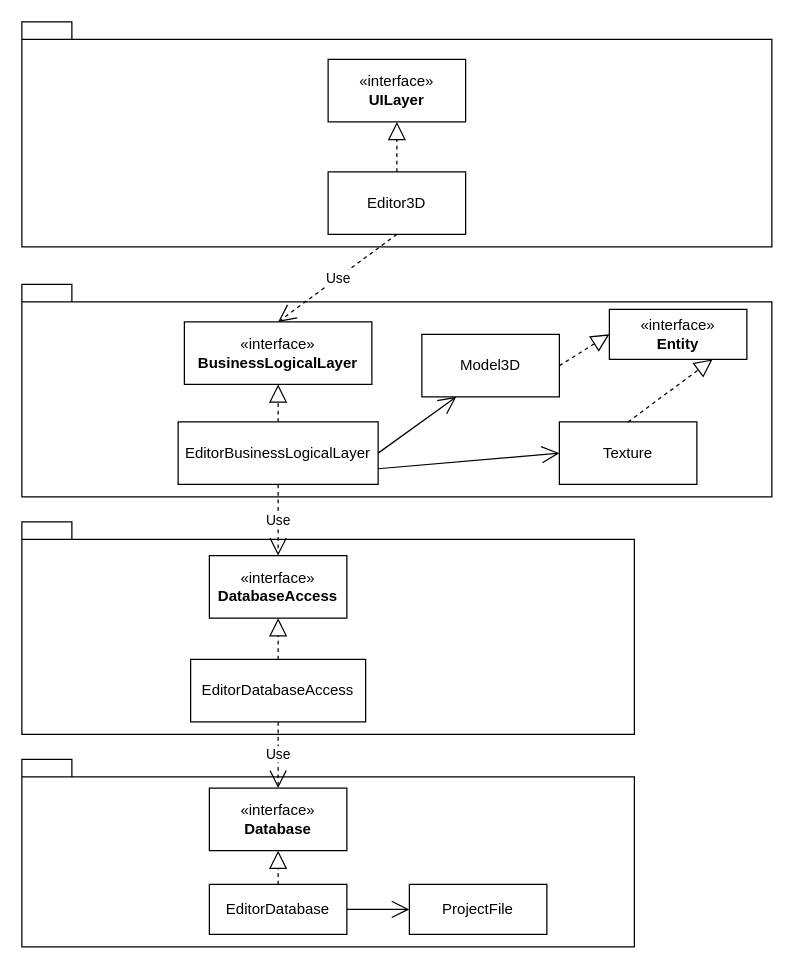
This is seminar5/GorizontLevelProgramm.drawio from Chesnokov-Mikhail/Software_architecture, a draw.io file, before an edit. Source tidied: cells renumbered, new cells numbered last; positions are measured from the earlier drawing's top-left corner, leaving out a move shared by most shapes. Both pictures are drawn from the tidied source at 125%, with x=0, y=0 at pixel (21, 21).
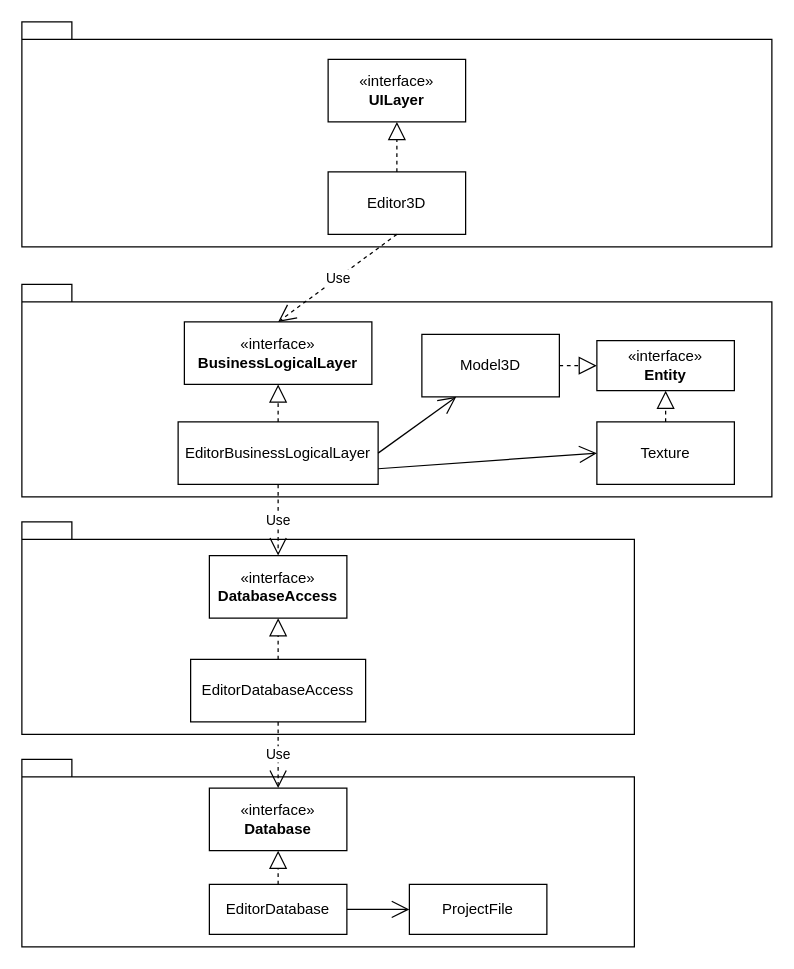
Above is the later version.

What changed in the source:
```diff
@@
     <mxCell id="18" value="«interface»&lt;br&gt;&lt;b&gt;Entity&lt;/b&gt;" style="html=1;whiteSpace=wrap;" parent="1" vertex="1">
-      <mxGeometry x="470" y="230" width="110" height="40" as="geometry" />
+      <mxGeometry x="460" y="255" width="110" height="40" as="geometry" />
     </mxCell>
@@
     <mxCell id="21" value="Texture" style="html=1;whiteSpace=wrap;" parent="1" vertex="1">
-      <mxGeometry x="430" y="320" width="110" height="50" as="geometry" />
+      <mxGeometry x="460" y="320" width="110" height="50" as="geometry" />
     </mxCell>
-    <mxCell id="22" style="endArrow=block;dashed=1;endFill=0;endSize=12;html=1;rounded=0;exitX=0.5;exitY=0;exitDx=0;exitDy=0;entryX=0.75;entryY=1;entryDx=0;entryDy=0;" parent="1" edge="1" source="21" target="18">
+    <mxCell id="22" style="endArrow=block;dashed=1;endFill=0;endSize=12;html=1;rounded=0;exitX=0.5;exitY=0;exitDx=0;exitDy=0;entryX=0.5;entryY=1;entryDx=0;entryDy=0;" parent="1" edge="1" source="21" target="18">
       <mxGeometry relative="1" as="geometry" />
     </mxCell>
```
